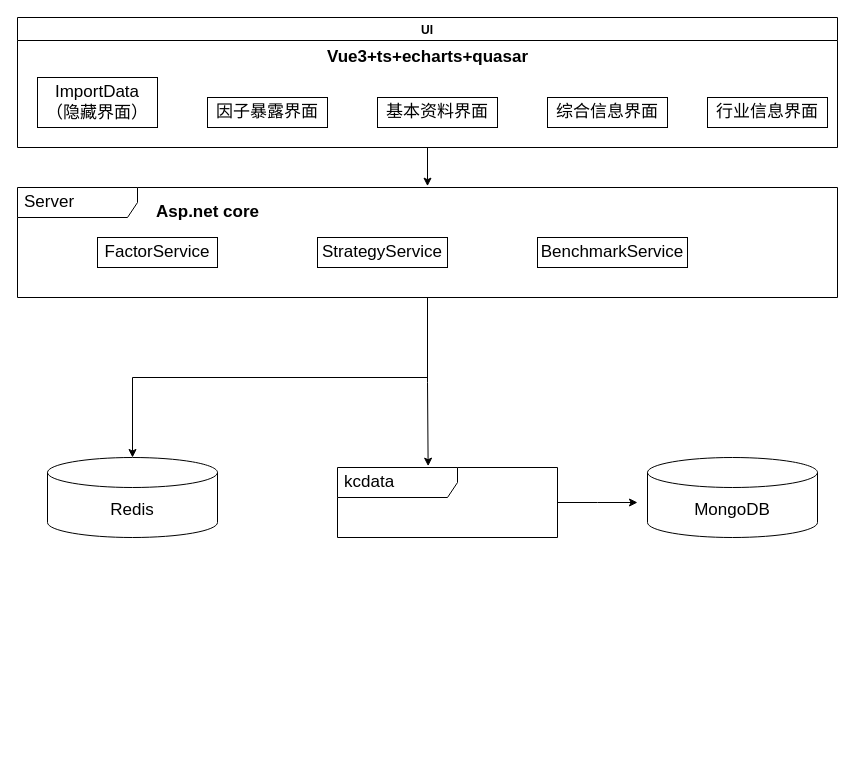
The draw.io diagram Untitled Diagram.drawio in cagedh1/PPTist, before the edit. Source tidied: cells renumbered, new cells numbered last; positions are measured from the earlier drawing's top-left corner, leaving out a move shared by most shapes. Both pictures are drawn from the tidied source at 100%, with x=0, y=0 at pixel (17, 17).
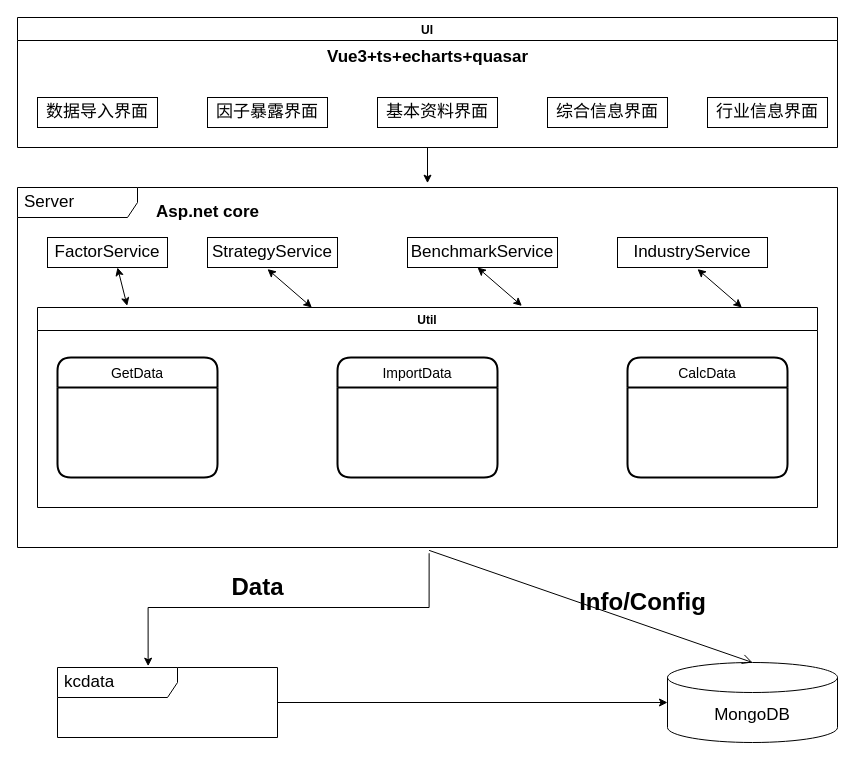
After the change.

Unchanged cells that the change refers to:
```xml
<mxCell id="3" value="UI" style="swimlane;" parent="1" vertex="1">
  <mxGeometry width="820" height="130" as="geometry" />
</mxCell>
```

Diff of the diagram source:
```diff
@@
-    <mxCell id="9" value="ImportData（隐藏界面）" style="whiteSpace=wrap;html=1;align=center;newEdgeStyle={&quot;edgeStyle&quot;:&quot;elbowEdgeStyle&quot;,&quot;startArrow&quot;:&quot;none&quot;,&quot;endArrow&quot;:&quot;none&quot;};fontSize=17;" parent="3" vertex="1">
-      <mxGeometry x="20" y="60" width="120" height="50" as="geometry" />
+    <mxCell id="9" value="数据导入界面" style="whiteSpace=wrap;html=1;align=center;newEdgeStyle={&quot;edgeStyle&quot;:&quot;elbowEdgeStyle&quot;,&quot;startArrow&quot;:&quot;none&quot;,&quot;endArrow&quot;:&quot;none&quot;};fontSize=17;" parent="3" vertex="1">
+      <mxGeometry x="20" y="80" width="120" height="30" as="geometry" />
     </mxCell>
-    <mxCell id="10" style="edgeStyle=orthogonalEdgeStyle;rounded=0;jettySize=auto;html=1;entryX=0.412;entryY=-0.019;entryDx=0;entryDy=0;entryPerimeter=0;fontSize=17;" parent="1" edge="1" source="12" target="20">
+    <mxCell id="10" style="edgeStyle=orthogonalEdgeStyle;rounded=0;jettySize=auto;html=1;entryX=0.412;entryY=-0.019;entryDx=0;entryDy=0;entryPerimeter=0;fontSize=17;exitX=0.502;exitY=1.016;exitDx=0;exitDy=0;exitPerimeter=0;" parent="1" edge="1" source="12" target="20">
       <mxGeometry relative="1" as="geometry" />
     </mxCell>
-    <mxCell id="11" style="edgeStyle=orthogonalEdgeStyle;rounded=0;jettySize=auto;html=1;entryX=0.5;entryY=0;entryDx=0;entryDy=0;entryPerimeter=0;fontSize=17;" parent="1" edge="1" source="12" target="17">
-      <mxGeometry relative="1" as="geometry" />
-    </mxCell>
     <mxCell id="12" value="Server" style="shape=umlFrame;whiteSpace=wrap;html=1;width=120;height=30;boundedLbl=1;verticalAlign=middle;align=left;spacingLeft=5;fontSize=17;" parent="1" vertex="1">
-      <mxGeometry y="170" width="820" height="110" as="geometry" />
+      <mxGeometry y="170" width="820" height="360" as="geometry" />
     </mxCell>
     <mxCell id="13" value="FactorService" style="whiteSpace=wrap;html=1;align=center;newEdgeStyle={&quot;edgeStyle&quot;:&quot;elbowEdgeStyle&quot;,&quot;startArrow&quot;:&quot;none&quot;,&quot;endArrow&quot;:&quot;none&quot;};fontSize=17;" parent="1" vertex="1">
-      <mxGeometry x="80" y="220" width="120" height="30" as="geometry" />
+      <mxGeometry x="30" y="220" width="120" height="30" as="geometry" />
     </mxCell>
@@
     <mxCell id="15" value="StrategyService" style="whiteSpace=wrap;html=1;align=center;newEdgeStyle={&quot;edgeStyle&quot;:&quot;elbowEdgeStyle&quot;,&quot;startArrow&quot;:&quot;none&quot;,&quot;endArrow&quot;:&quot;none&quot;};fontSize=17;" parent="1" vertex="1">
-      <mxGeometry x="300" y="220" width="130" height="30" as="geometry" />
+      <mxGeometry x="190" y="220" width="130" height="30" as="geometry" />
     </mxCell>
     <mxCell id="16" value="BenchmarkService" style="whiteSpace=wrap;html=1;align=center;newEdgeStyle={&quot;edgeStyle&quot;:&quot;elbowEdgeStyle&quot;,&quot;startArrow&quot;:&quot;none&quot;,&quot;endArrow&quot;:&quot;none&quot;};fontSize=17;" parent="1" vertex="1">
-      <mxGeometry x="520" y="220" width="150" height="30" as="geometry" />
+      <mxGeometry x="390" y="220" width="150" height="30" as="geometry" />
     </mxCell>
-    <mxCell id="17" value="Redis" style="shape=cylinder3;whiteSpace=wrap;html=1;boundedLbl=1;backgroundOutline=1;size=15;fontSize=17;" parent="1" vertex="1">
-      <mxGeometry x="30" y="440" width="170" height="80" as="geometry" />
-    </mxCell>
     <mxCell id="18" value="MongoDB" style="shape=cylinder3;whiteSpace=wrap;html=1;boundedLbl=1;backgroundOutline=1;size=15;fontSize=17;" parent="1" vertex="1">
-      <mxGeometry x="630" y="440" width="170" height="80" as="geometry" />
+      <mxGeometry x="650" y="645" width="170" height="80" as="geometry" />
     </mxCell>
-    <mxCell id="19" style="edgeStyle=orthogonalEdgeStyle;rounded=0;jettySize=auto;html=1;fontSize=17;" parent="1" edge="1" source="20">
-      <mxGeometry relative="1" as="geometry">
-        <mxPoint x="620" y="485" as="targetPoint" />
-      </mxGeometry>
+    <mxCell id="19" style="edgeStyle=orthogonalEdgeStyle;rounded=0;jettySize=auto;html=1;fontSize=17;entryX=0;entryY=0.5;entryDx=0;entryDy=0;entryPerimeter=0;" parent="1" edge="1" source="20" target="18">
+      <mxGeometry relative="1" as="geometry" />
     </mxCell>
     <mxCell id="20" value="kcdata" style="shape=umlFrame;whiteSpace=wrap;html=1;width=120;height=30;boundedLbl=1;verticalAlign=middle;align=left;spacingLeft=5;fontSize=17;" parent="1" vertex="1">
-      <mxGeometry x="320" y="450" width="220" height="70" as="geometry" />
+      <mxGeometry x="40" y="650" width="220" height="70" as="geometry" />
     </mxCell>
+    <mxCell id="21" value="IndustryService" style="whiteSpace=wrap;html=1;align=center;newEdgeStyle={&quot;edgeStyle&quot;:&quot;elbowEdgeStyle&quot;,&quot;startArrow&quot;:&quot;none&quot;,&quot;endArrow&quot;:&quot;none&quot;};fontSize=17;" parent="1" vertex="1">
+      <mxGeometry x="600" y="220" width="150" height="30" as="geometry" />
+    </mxCell>
+    <mxCell id="22" value="GetData" style="swimlane;horizontal=1;startSize=30;rounded=1;fontSize=14;fontStyle=0;strokeWidth=2;shadow=0;dashed=0;align=center;" parent="1" vertex="1">
+      <mxGeometry x="40" y="340" width="160" height="120" as="geometry" />
+    </mxCell>
+    <mxCell id="23" value="Util" style="swimlane;" parent="1" vertex="1">
+      <mxGeometry x="20" y="290" width="780" height="200" as="geometry" />
+    </mxCell>
+    <mxCell id="24" value="CalcData" style="swimlane;horizontal=1;startSize=30;rounded=1;fontSize=14;fontStyle=0;strokeWidth=2;shadow=0;dashed=0;align=center;" parent="23" vertex="1">
+      <mxGeometry x="590" y="50" width="160" height="120" as="geometry" />
+    </mxCell>
+    <mxCell id="25" value="ImportData" style="swimlane;horizontal=1;startSize=30;rounded=1;fontSize=14;fontStyle=0;strokeWidth=2;shadow=0;dashed=0;align=center;" parent="23" vertex="1">
+      <mxGeometry x="300" y="50" width="160" height="120" as="geometry" />
+    </mxCell>
+    <mxCell id="26" style="endArrow=open;startArrow=none;endFill=0;startFill=0;endSize=8;html=1;verticalAlign=bottom;labelBackgroundColor=none;strokeWidth=1;rounded=0;exitX=0.502;exitY=1.008;exitDx=0;exitDy=0;exitPerimeter=0;entryX=0.5;entryY=0;entryDx=0;entryDy=0;entryPerimeter=0;" parent="1" edge="1" source="12" target="18">
+      <mxGeometry relative="1" as="geometry" />
+    </mxCell>
+    <mxCell id="27" value="Data" style="text;strokeColor=none;fillColor=none;html=1;fontSize=24;fontStyle=1;verticalAlign=middle;align=center;" parent="1" vertex="1">
+      <mxGeometry x="170" y="550" width="140" height="40" as="geometry" />
+    </mxCell>
+    <mxCell id="28" value="Info/Config" style="text;strokeColor=none;fillColor=none;html=1;fontSize=24;fontStyle=1;verticalAlign=middle;align=center;" parent="1" vertex="1">
+      <mxGeometry x="555" y="565" width="140" height="40" as="geometry" />
+    </mxCell>
+    <mxCell id="29" style="endArrow=classic;startArrow=classic;html=1;rounded=0;exitX=0.115;exitY=-0.008;exitDx=0;exitDy=0;exitPerimeter=0;" parent="1" edge="1" source="23">
+      <mxGeometry relative="1" as="geometry">
+        <mxPoint x="100" y="250" as="targetPoint" />
+      </mxGeometry>
+    </mxCell>
+    <mxCell id="30" style="endArrow=classic;startArrow=classic;html=1;rounded=0;" parent="1" edge="1" source="23">
+      <mxGeometry relative="1" as="geometry">
+        <mxPoint x="250" y="251.6" as="targetPoint" />
+      </mxGeometry>
+    </mxCell>
+    <mxCell id="31" style="endArrow=classic;startArrow=classic;html=1;rounded=0;" parent="1" edge="1">
+      <mxGeometry relative="1" as="geometry">
+        <mxPoint x="504.4" y="288.4" as="sourcePoint" />
+        <mxPoint x="460" y="250" as="targetPoint" />
+      </mxGeometry>
+    </mxCell>
+    <mxCell id="32" style="endArrow=classic;startArrow=classic;html=1;rounded=0;" parent="1" edge="1">
+      <mxGeometry relative="1" as="geometry">
+        <mxPoint x="724.4" y="290" as="sourcePoint" />
+        <mxPoint x="680" y="251.6" as="targetPoint" />
+      </mxGeometry>
+    </mxCell>
```
